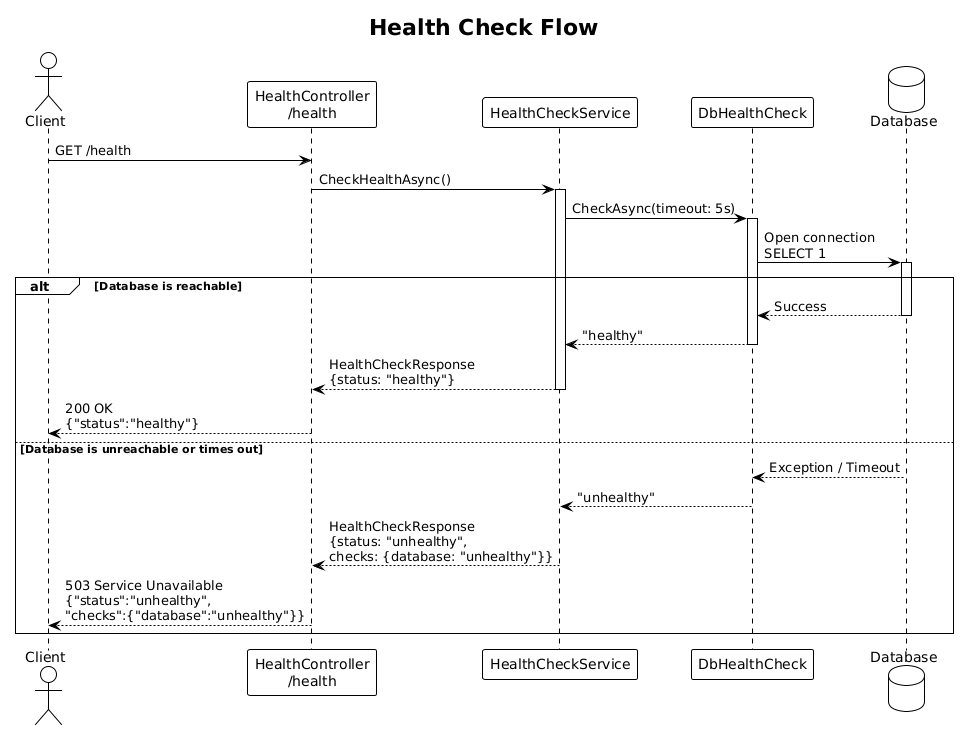
The PlantUML diagram docs/detailed-designs/09-observability/diagrams/sequence_health_check.png in QuinntyneBrown/Blog, before a commit.
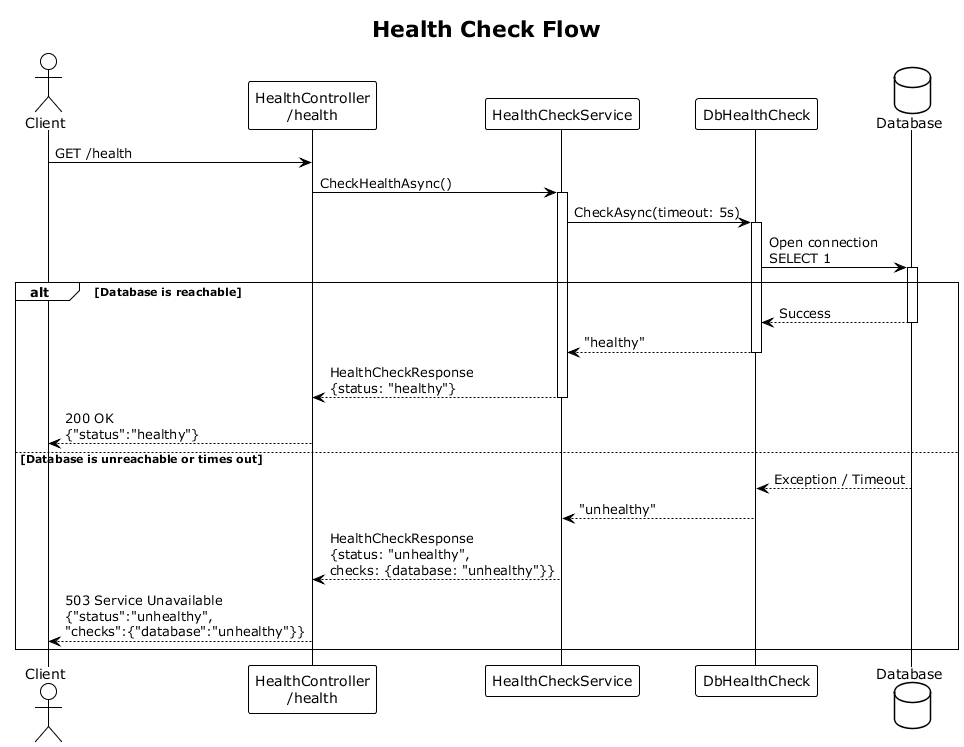
The same file after the commit.

Change to the diagram source:
```diff
@@ -1,4 +1,4 @@
-@startuml
+@startuml sequence_health_check
 !theme plain
 
 title Health Check Flow
@@ -42,4 +42,5 @@
 
     Controller --> Client : 503 Service Unavailable\n{"status":"unhealthy",\n"checks":{"database":"unhealthy"}}
 end
+
 @enduml
```
